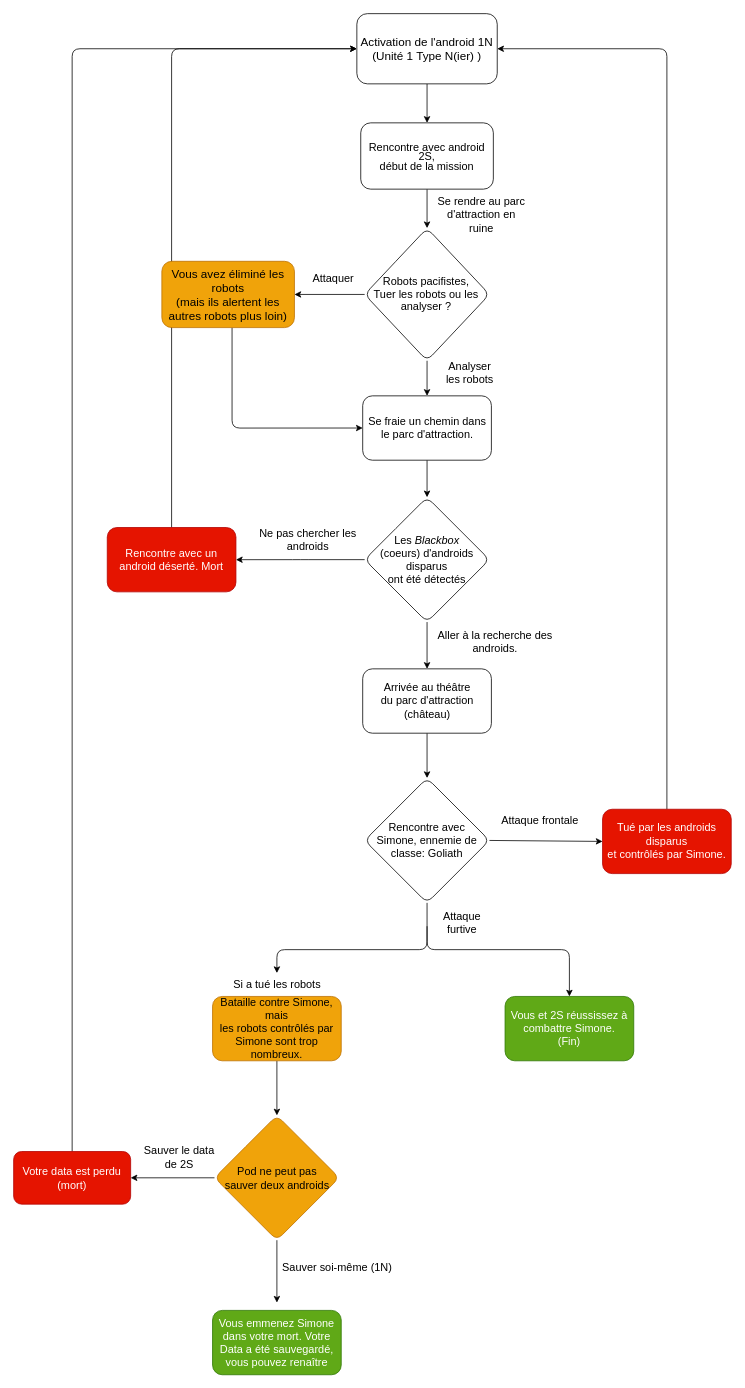
KenzaElHarrif/ELHARRIF-KENZA-vous-etes-le-heros-PROJET-ULTIMATA keeps this draw.io diagram as assets/schema.drawio. Above is the earlier version. Source tidied: cells renumbered, new cells numbered last; positions are measured from the earlier drawing's top-left corner, leaving out a move shared by most shapes. Both pictures are drawn from the tidied source at 78%, with x=0, y=0 at pixel (13, 13).
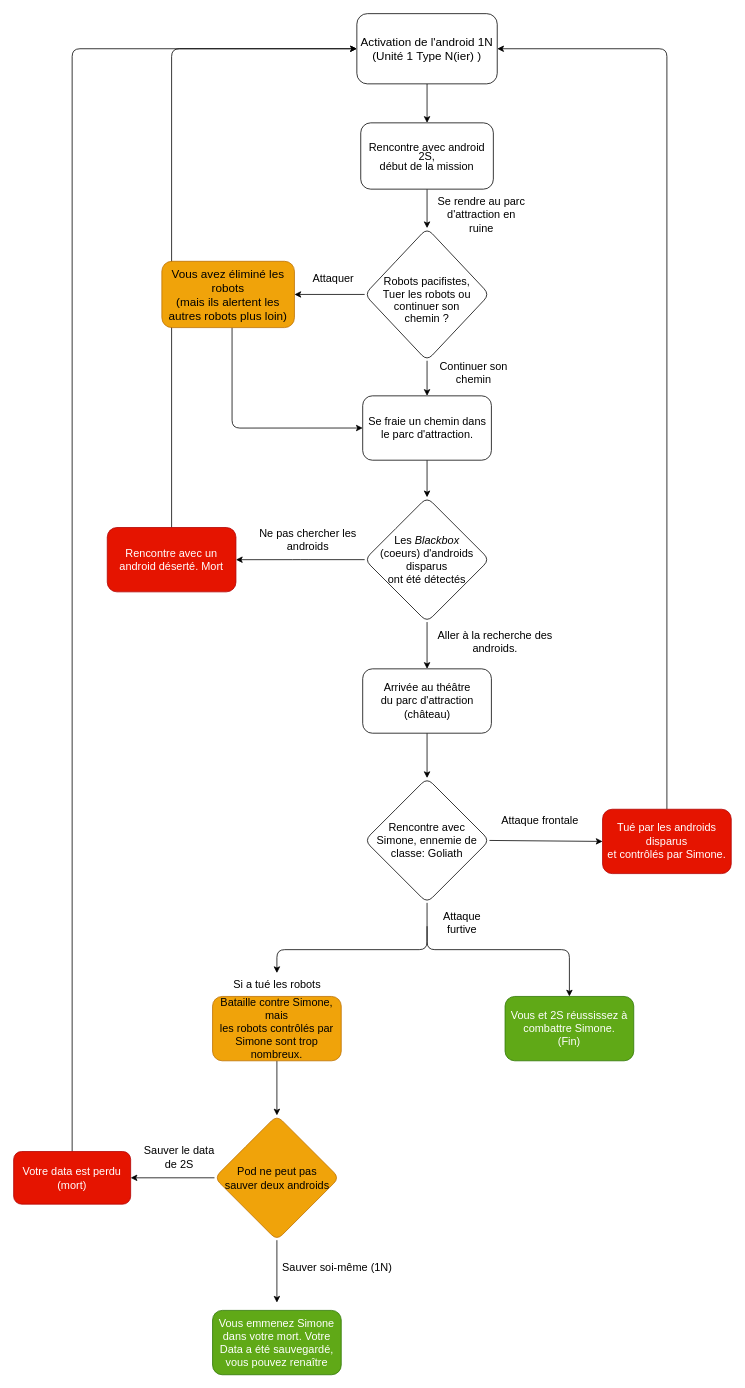
After the change.

The edit, as a diff of the source:
```diff
@@
-    <mxCell id="26" value="&lt;font style=&quot;font-size: 14px;&quot;&gt;Analyser les robots&lt;/font&gt;" style="text;html=1;strokeColor=none;fillColor=none;align=center;verticalAlign=middle;whiteSpace=wrap;rounded=0;" parent="1" vertex="1">
-      <mxGeometry x="550" y="445" width="70" height="30" as="geometry" />
+    <mxCell id="26" value="&lt;font style=&quot;font-size: 14px;&quot;&gt;Continuer son chemin&lt;/font&gt;" style="text;html=1;strokeColor=none;fillColor=none;align=center;verticalAlign=middle;whiteSpace=wrap;rounded=0;" parent="1" vertex="1">
+      <mxGeometry x="540" y="445" width="100" height="30" as="geometry" />
     </mxCell>
@@
-    <mxCell id="35" value="&lt;div style=&quot;text-align: center; line-height: 110%; font-size: 14px;&quot;&gt;&lt;span style=&quot;&quot;&gt;Robots pacifistes,&lt;/span&gt;&lt;br style=&quot;&quot;&gt;&lt;span style=&quot;&quot;&gt;Tuer les robots ou les analyser ?&lt;/span&gt;&lt;br&gt;&lt;/div&gt;" style="rhombus;whiteSpace=wrap;html=1;align=right;rounded=1;" parent="1" vertex="1">
+    <mxCell id="35" value="&lt;div style=&quot;line-height: 110%; font-size: 14px;&quot;&gt;&lt;span style=&quot;&quot;&gt;&lt;br&gt;&lt;/span&gt;&lt;/div&gt;&lt;div style=&quot;line-height: 110%; font-size: 14px;&quot;&gt;&lt;span style=&quot;&quot;&gt;Robots pacifistes,&lt;/span&gt;&lt;br style=&quot;&quot;&gt;&lt;span style=&quot;&quot;&gt;Tuer les robots ou&lt;/span&gt;&lt;/div&gt;&lt;div style=&quot;line-height: 110%; font-size: 14px;&quot;&gt;&lt;span style=&quot;background-color: initial;&quot;&gt;continuer son&lt;/span&gt;&lt;/div&gt;&lt;div style=&quot;line-height: 110%; font-size: 14px;&quot;&gt;&lt;span style=&quot;background-color: initial;&quot;&gt;chemin ?&lt;/span&gt;&lt;/div&gt;" style="rhombus;whiteSpace=wrap;html=1;align=center;rounded=1;" parent="1" vertex="1">
       <mxGeometry x="450" y="275" width="160" height="170" as="geometry" />
     </mxCell>
```
